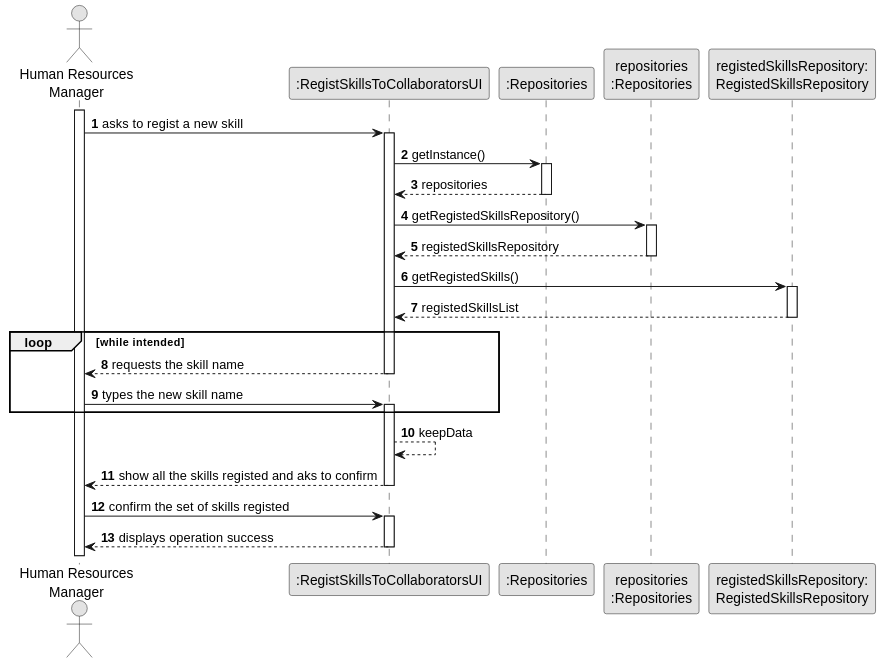
Earlier version of the PlantUML export docs/sprint2/us001/03.design/svg/us001-sequence-diagram-full.svg (1231360-ISEP/lei-24-s2-1db-g021). The source it was exported from:
```plantuml
@startuml
skinparam monochrome true
skinparam packageStyle rectangle
skinparam shadowing false

actor "Human Resources\nManager" as HRM
participant ":RegistSkillsToCollaboratorsUI" as UI
participant ":Repositories" as RepositorySingleton
participant "repositories\n:Repositories" as PLAT
participant "registedSkillsRepository:\nRegistedSkillsRepository" as RegistedSkillsRepository

autonumber 1

activate HRM

    HRM -> UI : asks to regist a new skill
    activate UI

        UI -> RepositorySingleton : getInstance()
        activate RepositorySingleton

            RepositorySingleton --> UI: repositories
        deactivate RepositorySingleton

        UI -> PLAT : getRegistedSkillsRepository()
        activate PLAT

            PLAT --> UI: registedSkillsRepository
        deactivate PLAT

        UI -> RegistedSkillsRepository : getRegistedSkills()
        activate RegistedSkillsRepository

            RegistedSkillsRepository --> UI : registedSkillsList
        deactivate RegistedSkillsRepository

    loop while intended
            UI --> HRM : requests the skill name
        deactivate UI

        HRM -> UI : types the new skill name
        activate UI
    end

        UI --> UI: keepData

        UI --> HRM : show all the skills registed and aks to confirm
    deactivate UI

    HRM -> UI : confirm the set of skills registed
    activate UI

    UI --> HRM : displays operation success
    deactivate UI
@enduml
```
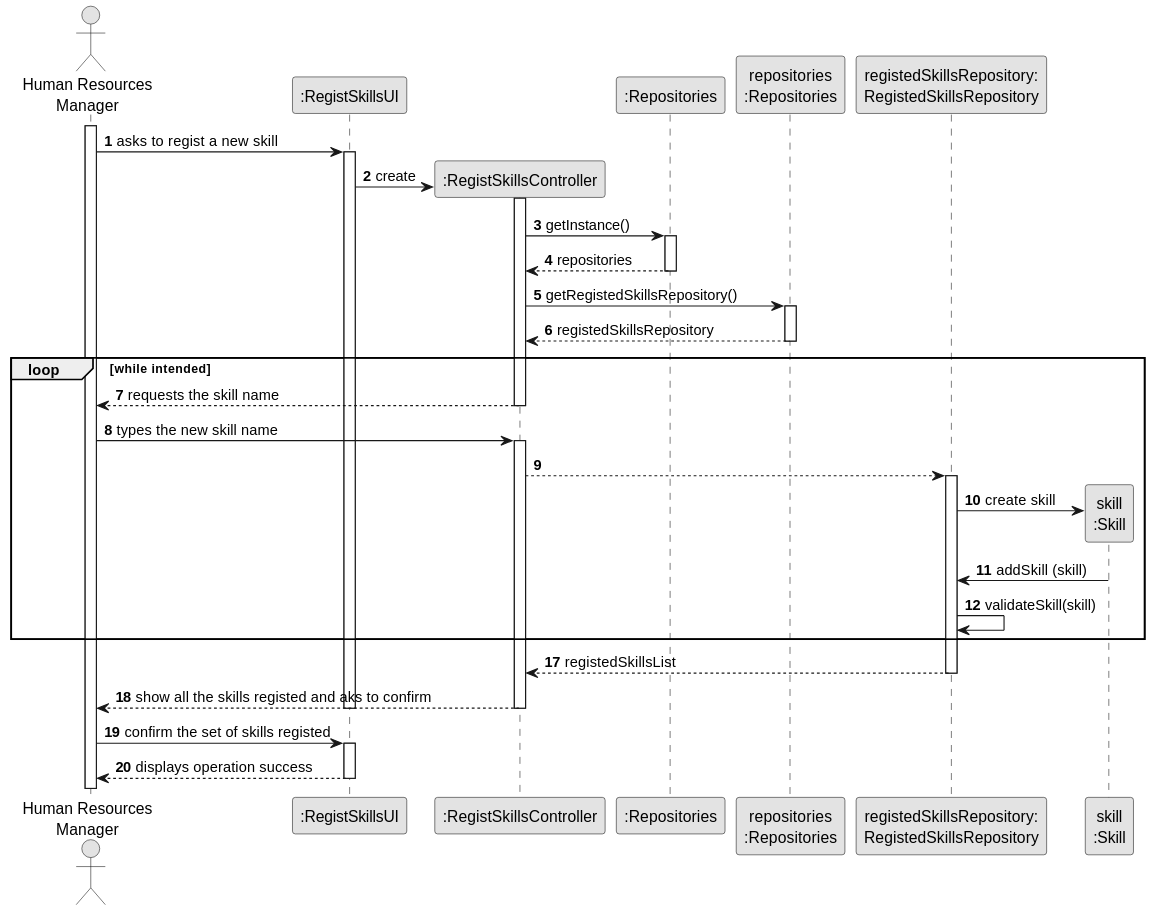
Later version of the same file.

The edit, as a diff of the source:
```diff
@@ -4,10 +4,12 @@
 skinparam shadowing false
 
 actor "Human Resources\nManager" as HRM
-participant ":RegistSkillsToCollaboratorsUI" as UI
+participant ":RegistSkillsUI" as UI
+participant ":RegistSkillsController" as CTRL
 participant ":Repositories" as RepositorySingleton
 participant "repositories\n:Repositories" as PLAT
 participant "registedSkillsRepository:\nRegistedSkillsRepository" as RegistedSkillsRepository
+participant "skill\n:Skill" as TAREFA
 
 autonumber 1
 
@@ -16,36 +18,49 @@
     HRM -> UI : asks to regist a new skill
     activate UI
 
-        UI -> RepositorySingleton : getInstance()
+        UI -> CTRL** : create
+
+        activate CTRL
+
+        CTRL -> RepositorySingleton : getInstance()
         activate RepositorySingleton
 
-            RepositorySingleton --> UI: repositories
+            RepositorySingleton --> CTRL: repositories
         deactivate RepositorySingleton
 
-        UI -> PLAT : getRegistedSkillsRepository()
+        CTRL -> PLAT : getRegistedSkillsRepository()
         activate PLAT
 
-            PLAT --> UI: registedSkillsRepository
+            PLAT --> CTRL: registedSkillsRepository
         deactivate PLAT
 
-        UI -> RegistedSkillsRepository : getRegistedSkills()
-        activate RegistedSkillsRepository
+    loop while intended
+            CTRL --> HRM : requests the skill name
+        deactivate CTRL
 
-            RegistedSkillsRepository --> UI : registedSkillsList
-        deactivate RegistedSkillsRepository
+        HRM -> CTRL : types the new skill name
+        activate CTRL
 
-    loop while intended
-            UI --> HRM : requests the skill name
-        deactivate UI
+            CTRL --> RegistedSkillsRepository
 
-        HRM -> UI : types the new skill name
-        activate UI
+            activate RegistedSkillsRepository
+
+                RegistedSkillsRepository -> TAREFA**: create skill
+                TAREFA -> RegistedSkillsRepository: addSkill (skill)
+
+                    RegistedSkillsRepository -> RegistedSkillsRepository: validateSkill(skill)
+
+                autonumber 17
+
     end
+                RegistedSkillsRepository --> CTRL : registedSkillsList
 
-        UI --> UI: keepData
+            deactivate RegistedSkillsRepository
 
-        UI --> HRM : show all the skills registed and aks to confirm
-    deactivate UI
+        CTRL --> HRM : show all the skills registed and aks to confirm
+
+            deactivate CTRL
+            deactivate UI
 
     HRM -> UI : confirm the set of skills registed
     activate UI
```
